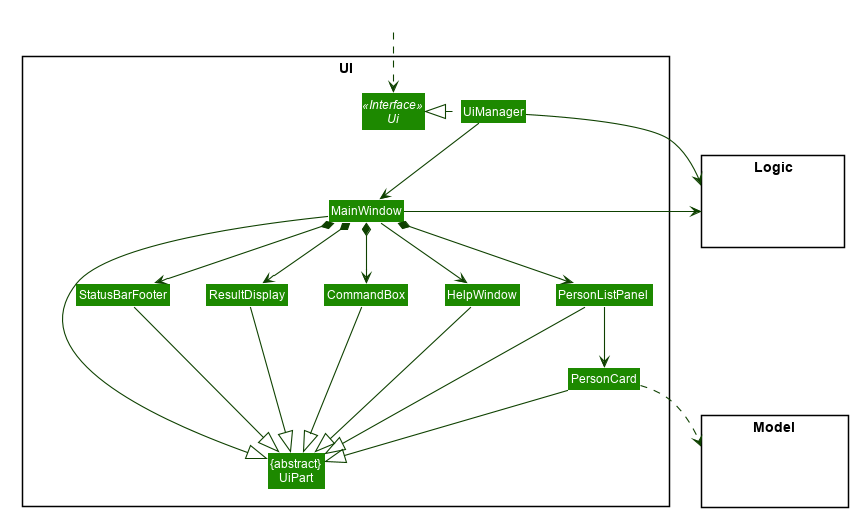
Before: docs/images/UiClassDiagram.png, a diagram exported from PlantUML (nus-cs2103-AY1920S2/addressbook-level3).
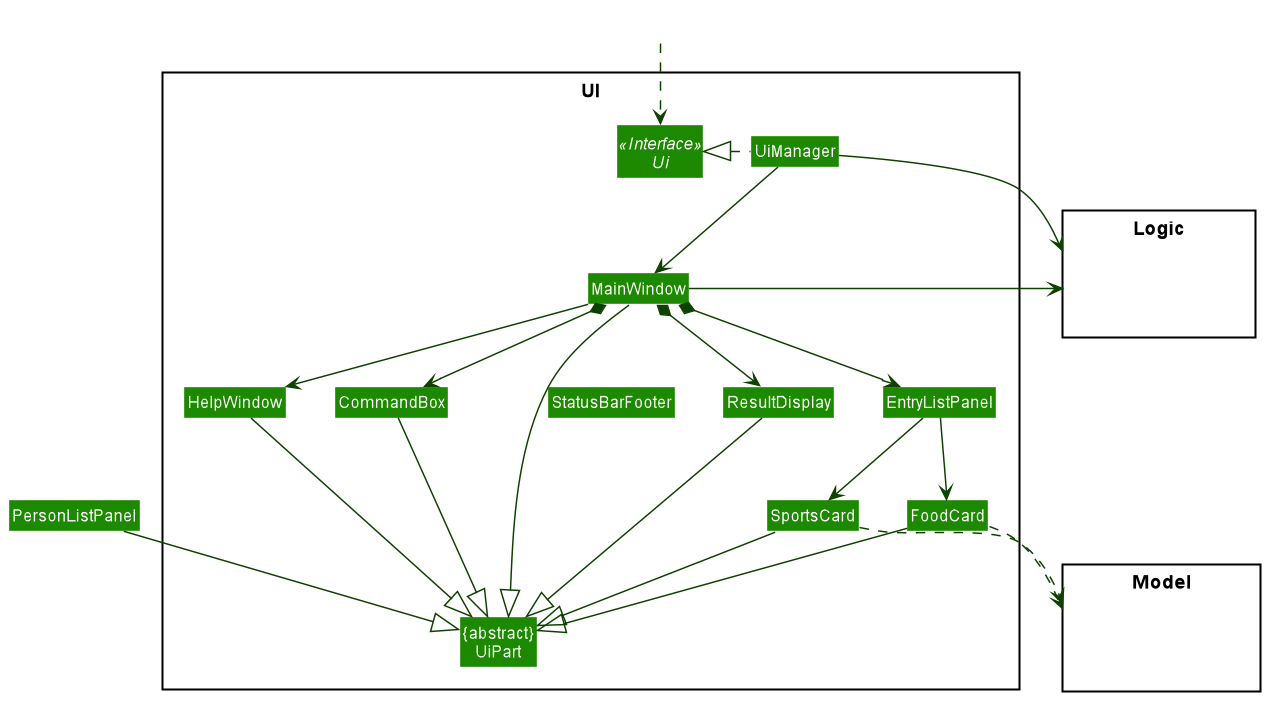
The same diagram one commit later.

What changed in the source:
```diff
@@ -58,8 +58,9 @@
 Class MainWindow
 Class HelpWindow
 Class ResultDisplay
-Class PersonListPanel
-Class PersonCard
+Class EntryListPanel
+Class SportsCard
+Class FoodCard
 Class StatusBarFooter
 Class CommandBox
 }
@@ -80,25 +81,26 @@
 MainWindow --> HelpWindow
 MainWindow *-down-> CommandBox
 MainWindow *-down-> ResultDisplay
-MainWindow *-down-> PersonListPanel
-MainWindow *-down-> StatusBarFooter
+MainWindow *-down-> EntryListPanel
 
-PersonListPanel -down-> PersonCard
+EntryListPanel -down-> FoodCard
+EntryListPanel -down-> SportsCard
 
 MainWindow -left-|> UiPart
 
 ResultDisplay --|> UiPart
 CommandBox --|> UiPart
 PersonListPanel --|> UiPart
-PersonCard --|> UiPart
-StatusBarFooter --|> UiPart
+FoodCard --|> UiPart
+SportsCard --|> UiPart
 HelpWindow -down-|> UiPart
 
-PersonCard ..> Model
+FoodCard ..> Model
+SportsCard ..> Model
 UiManager -right-> Logic
 MainWindow -left-> Logic
 
-PersonListPanel -[hidden]left- HelpWindow
+EntryListPanel -[hidden]left- HelpWindow
 HelpWindow -[hidden]left- CommandBox
 CommandBox -[hidden]left- ResultDisplay
 ResultDisplay -[hidden]left- StatusBarFooter
```
